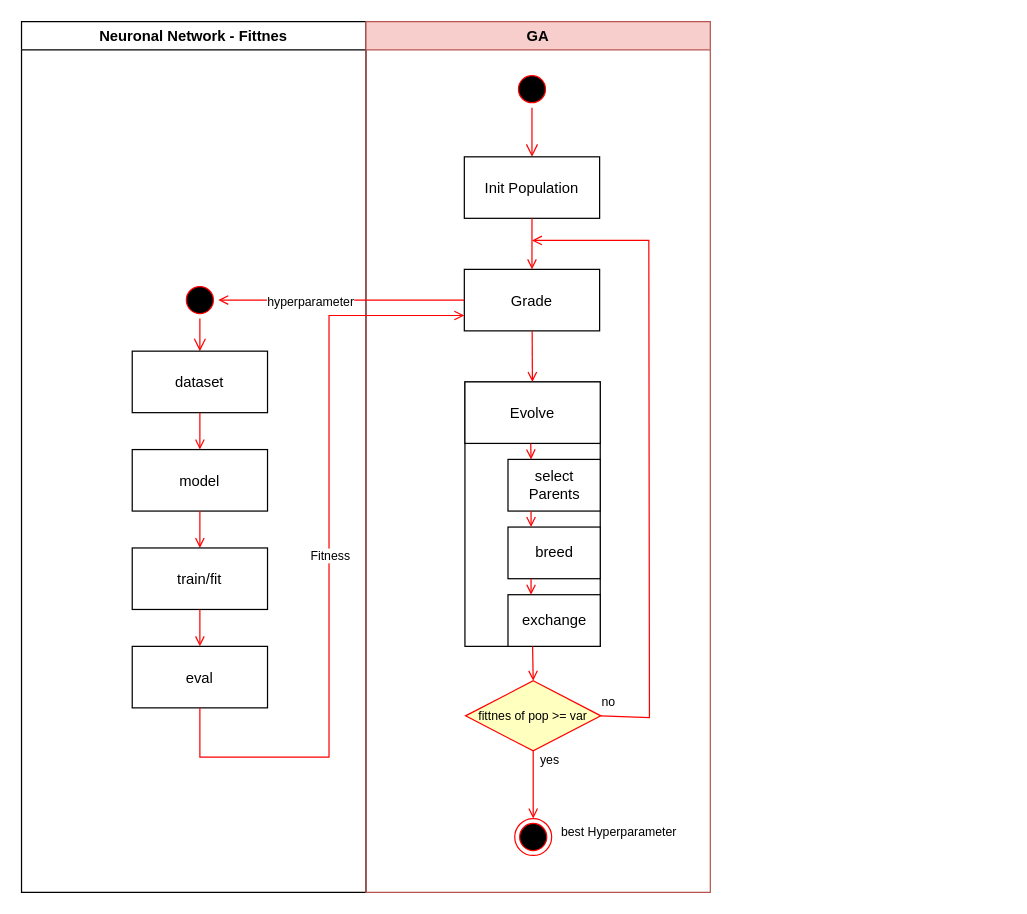
The draw.io diagram Untitled Diagram.drawio in OgLocGreen/Genetic_Algorithm, before the edit. Source tidied: cells renumbered, new cells numbered last; positions are measured from the earlier drawing's top-left corner, leaving out a move shared by most shapes. Both pictures are drawn from the tidied source at 123%, with x=0, y=0 at pixel (21, 21).
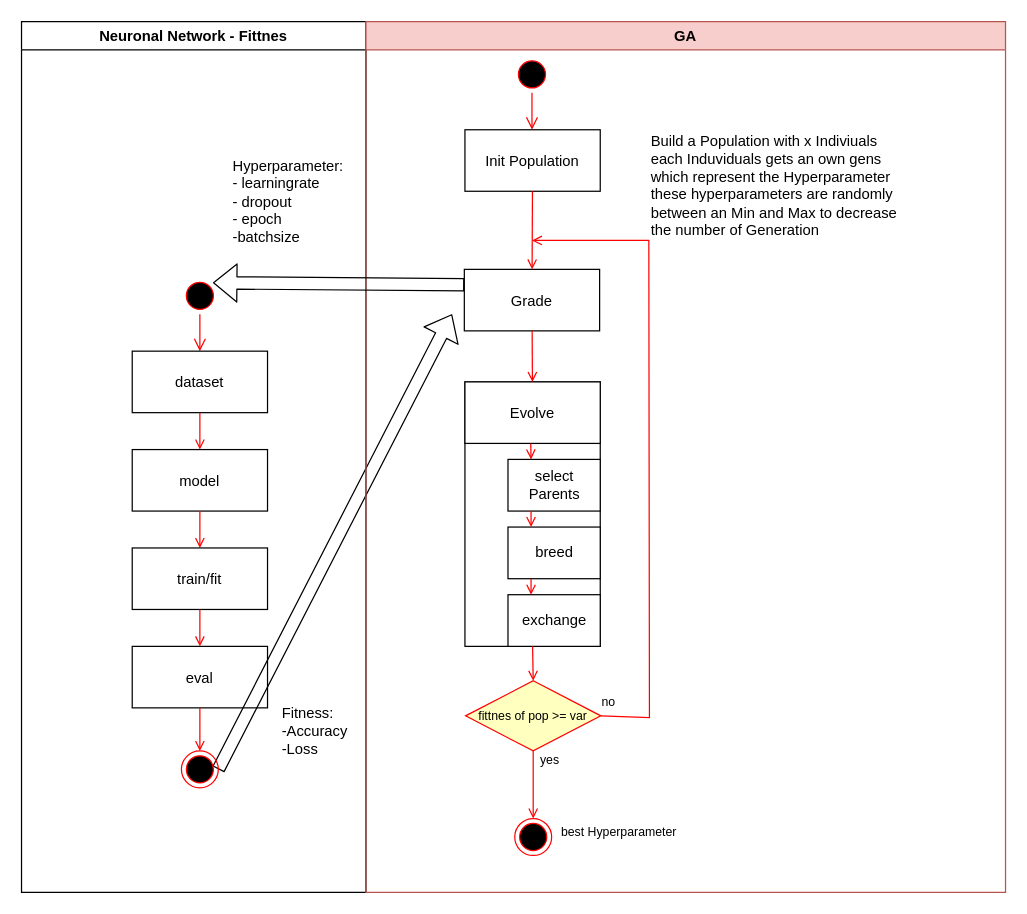
Above is the later version.

The change refers to these unchanged cells:
```xml
<mxCell id="2" value="Neuronal Network - Fittnes" style="swimlane;whiteSpace=wrap;" parent="1" vertex="1">
  <mxGeometry width="280" height="708" as="geometry" />
</mxCell>
<mxCell id="10" value="eval" parent="2" vertex="1">
  <mxGeometry x="90" y="508" width="110" height="50" as="geometry" />
</mxCell>
<mxCell id="17" value="Grade" parent="12" vertex="1">
  <mxGeometry x="80" y="201.5" width="110" height="50" as="geometry" />
</mxCell>
```

Change to the diagram source:
```diff
@@
     <mxCell id="3" style="ellipse;shape=startState;fillColor=#000000;strokeColor=#ff0000;" parent="2" vertex="1">
-      <mxGeometry x="130" y="211.5" width="30" height="30" as="geometry" />
+      <mxGeometry x="130" y="208" width="30" height="30" as="geometry" />
     </mxCell>
@@
+    <mxCell id="39" style="shape=flexArrow;endArrow=classic;html=1;exitX=1;exitY=0.5;exitDx=0;exitDy=0;" parent="2" edge="1" source="40">
+      <mxGeometry relative="1" as="geometry">
+        <mxPoint x="350" y="238" as="targetPoint" />
+      </mxGeometry>
+    </mxCell>
+    <mxCell id="40" style="ellipse;shape=endState;fillColor=#000000;strokeColor=#ff0000;" parent="2" vertex="1">
+      <mxGeometry x="130" y="593" width="30" height="30" as="geometry" />
+    </mxCell>
+    <mxCell id="41" style="endArrow=open;strokeColor=#FF0000;endFill=1;rounded=0;exitX=0.5;exitY=1;exitDx=0;exitDy=0;" parent="2" edge="1" source="10" target="40">
+      <mxGeometry relative="1" as="geometry" />
+    </mxCell>
+    <mxCell id="42" value="&lt;div&gt;Hyperparameter:&lt;/div&gt;&lt;div&gt;- learningrate&lt;/div&gt;&lt;div&gt;- dropout&lt;/div&gt;&lt;div&gt;- epoch&lt;/div&gt;&lt;div&gt;-batchsize&lt;br&gt;&lt;/div&gt;&lt;div&gt;&lt;br&gt;&lt;/div&gt;" style="text;html=1;align=left;verticalAlign=top;spacingTop=-4;" parent="2" vertex="1">
+      <mxGeometry x="170" y="108" width="110" height="90" as="geometry" />
+    </mxCell>
+    <mxCell id="43" value="&lt;div&gt;Fitness:&lt;/div&gt;&lt;div&gt;-&lt;span&gt;Accuracy&lt;/span&gt;&lt;/div&gt;&lt;div&gt;&lt;span&gt;-Loss&lt;br&gt; &lt;/span&gt;&lt;/div&gt;" style="text;html=1;align=left;verticalAlign=top;spacingTop=-4;" parent="2" vertex="1">
+      <mxGeometry x="210" y="553" width="70" height="40" as="geometry" />
+    </mxCell>
     <mxCell id="12" value="GA" style="swimlane;whiteSpace=wrap;fillColor=#f8cecc;strokeColor=#b85450;" parent="1" vertex="1">
-      <mxGeometry x="280" width="280" height="708" as="geometry" />
+      <mxGeometry x="280" width="520" height="708" as="geometry" />
     </mxCell>
@@
     <mxCell id="14" style="ellipse;shape=startState;fillColor=#000000;strokeColor=#ff0000;" parent="12" vertex="1">
-      <mxGeometry x="120" y="40" width="30" height="30" as="geometry" />
+      <mxGeometry x="120" y="28" width="30" height="30" as="geometry" />
     </mxCell>
@@
     <mxCell id="16" value="Init Population" parent="12" vertex="1">
-      <mxGeometry x="80" y="110" width="110" height="50" as="geometry" />
+      <mxGeometry x="80.5" y="88" width="110" height="50" as="geometry" />
     </mxCell>
@@
+    <mxCell id="44" value="&lt;div&gt;Build a Population with x Indiviuals&lt;/div&gt;&lt;div&gt;each Induviduals gets an own gens&lt;/div&gt;&lt;div&gt;which represent the Hyperparameter&lt;/div&gt;&lt;div&gt;these hyperparameters are randomly&lt;/div&gt;&lt;div&gt;between an Min and Max to&lt;font size=&quot;1&quot;&gt;&lt;span style=&quot;font-size: 12px&quot;&gt; decrease &lt;br&gt;&lt;/span&gt;&lt;/font&gt;&lt;/div&gt;&lt;div&gt;&lt;font size=&quot;1&quot;&gt;&lt;span style=&quot;font-size: 12px&quot;&gt;the number of Generation &lt;br&gt;&lt;/span&gt;&lt;/font&gt;&lt;/div&gt;&lt;div&gt;&lt;br&gt;&lt;/div&gt;" style="text;html=1;align=left;verticalAlign=top;spacingTop=-4;" parent="12" vertex="1">
+      <mxGeometry x="230" y="88" width="220" height="100" as="geometry" />
+    </mxCell>
-    <mxCell id="35" style="endArrow=open;strokeColor=#FF0000;endFill=1;rounded=0;exitX=0;exitY=0.5;exitDx=0;exitDy=0;entryX=1;entryY=0.5;entryDx=0;entryDy=0;" parent="1" edge="1" source="17" target="3">
+    <mxCell id="35" style="shape=flexArrow;endArrow=classic;html=1;exitX=0;exitY=0.25;exitDx=0;exitDy=0;entryX=1;entryY=0;entryDx=0;entryDy=0;" parent="1" edge="1" source="17" target="3">
       <mxGeometry relative="1" as="geometry" />
     </mxCell>
-    <mxCell id="36" value="hyperparameter&lt;br&gt;" style="text;html=1;align=center;verticalAlign=middle;labelBackgroundColor=#ffffff;fontSize=10;" parent="35" vertex="1">
-      <mxGeometry x="0.26" y="1" relative="1" as="geometry" />
-    </mxCell>
-    <mxCell id="37" style="endArrow=open;strokeColor=#FF0000;endFill=1;rounded=0;exitX=0.5;exitY=1;exitDx=0;exitDy=0;entryX=0;entryY=0.75;entryDx=0;entryDy=0;" parent="1" edge="1" source="10" target="17">
-      <mxGeometry relative="1" as="geometry">
-        <Array as="points">
-          <mxPoint x="145" y="598" />
-          <mxPoint x="250" y="598" />
-          <mxPoint x="250" y="239" />
-        </Array>
-      </mxGeometry>
-    </mxCell>
-    <mxCell id="38" value="Fitness" style="text;html=1;align=center;verticalAlign=middle;labelBackgroundColor=#ffffff;fontSize=10;" parent="37" vertex="1">
-      <mxGeometry x="0.01" relative="1" as="geometry" />
-    </mxCell>
```
